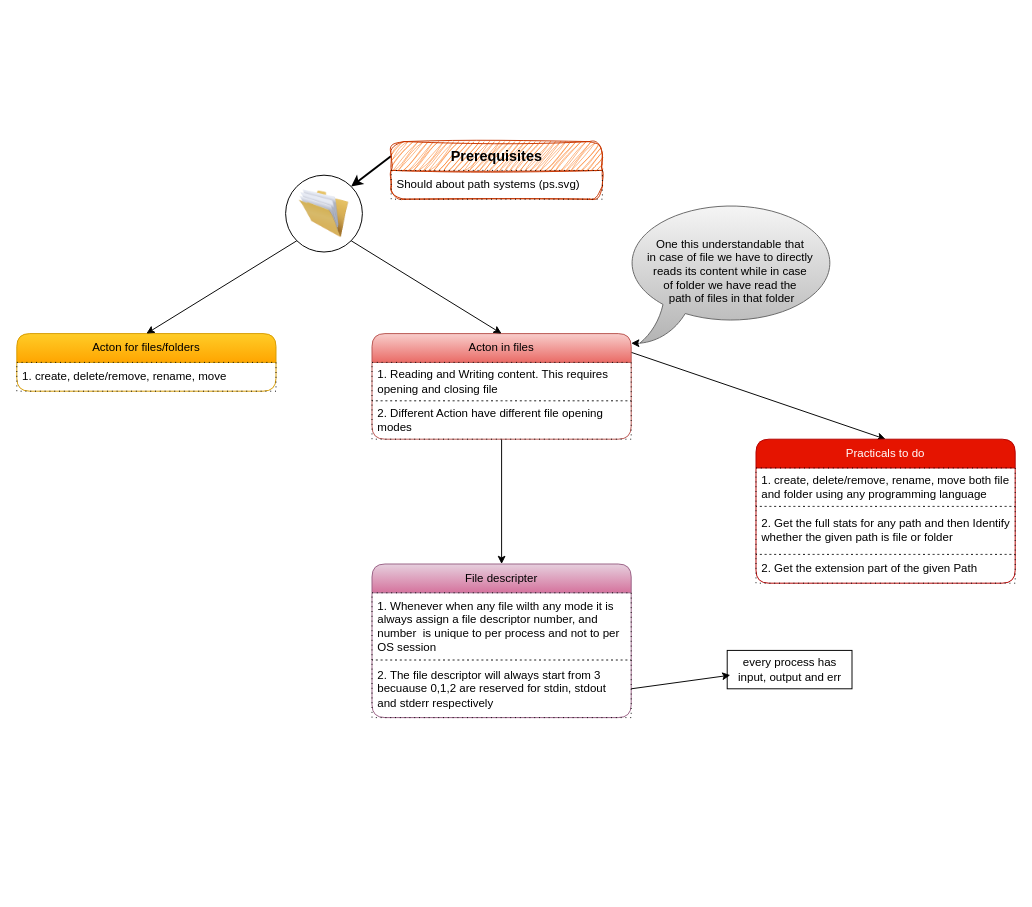
knkrn5/Programming-Concepts keeps this draw.io diagram as os/file-handling/fh.dio. Above is the earlier version. Source tidied: cells renumbered, new cells numbered last; positions are measured from the earlier drawing's top-left corner, leaving out a move shared by most shapes. Both pictures are drawn from the tidied source at 96%, with x=0, y=0 at pixel (16, 141).
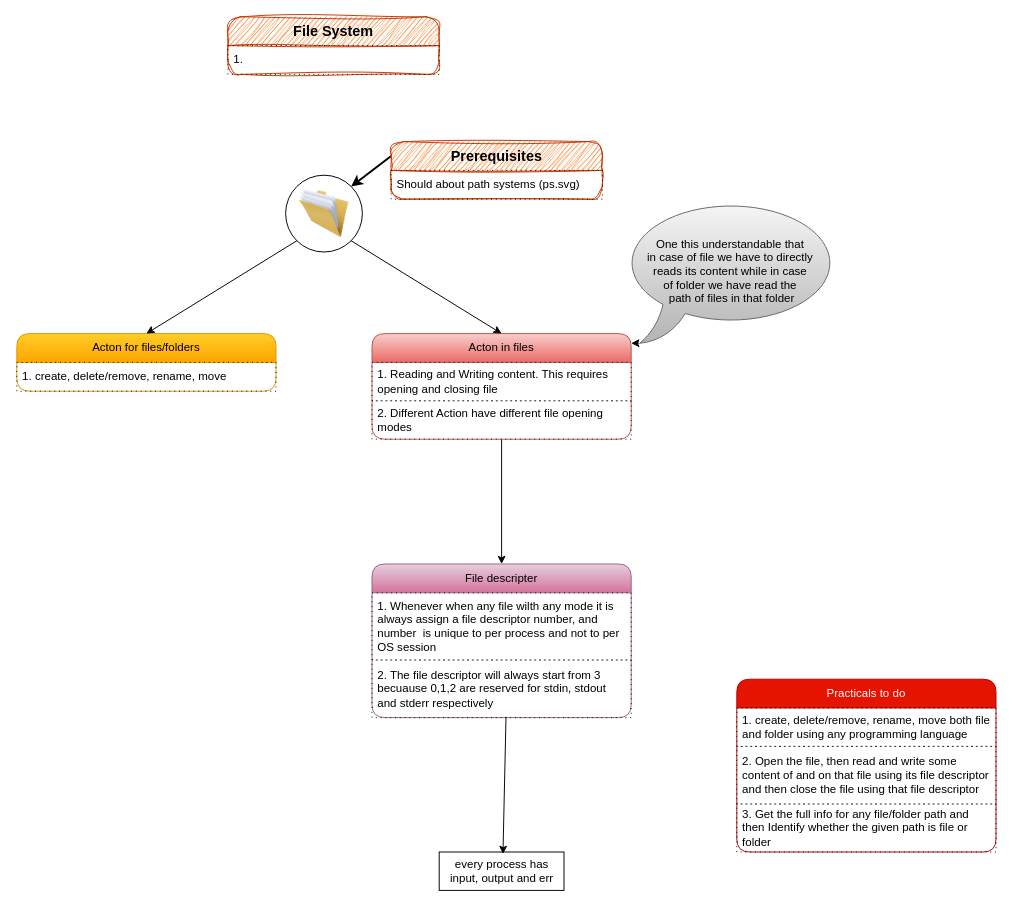
The same page after the edit.

Unchanged cells that the change refers to:
```xml
<mxCell id="12" value="2. The file descriptor will always start from 3 becuause 0,1,2 are reserved for stdin, stdout and stderr respectively" style="text;strokeColor=default;fillColor=none;align=left;verticalAlign=middle;spacingLeft=4;spacingRight=4;overflow=hidden;points=[[0,0.5],[1,0.5]];portConstraint=eastwest;whiteSpace=wrap;html=1;dashed=1;dashPattern=1 4;" parent="10" vertex="1">
  <mxGeometry y="100" width="270" height="60" as="geometry" />
</mxCell>
<mxCell id="15" value="Acton in files" style="swimlane;fontStyle=0;horizontal=1;startSize=30;whiteSpace=wrap;html=1;rounded=1;fillColor=#f8cecc;gradientColor=#ea6b66;strokeColor=#b85450;" parent="1" vertex="1">
  <mxGeometry x="370" y="200" width="270" height="110" as="geometry" />
</mxCell>
```

Diff of the diagram source:
```diff
@@
+    <mxCell id="28" value="&lt;span style=&quot;font-size: 15px;&quot;&gt;&lt;b&gt;File System&lt;/b&gt;&lt;/span&gt;" style="swimlane;fontStyle=0;horizontal=1;startSize=30;whiteSpace=wrap;html=1;rounded=1;fillColor=#fa6800;fontColor=#000000;strokeColor=#C73500;sketch=1;curveFitting=1;jiggle=2;" parent="1" vertex="1">
+      <mxGeometry x="220" y="-130" width="220" height="60" as="geometry" />
+    </mxCell>
+    <mxCell id="29" value="1." style="text;strokeColor=default;fillColor=none;align=left;verticalAlign=middle;spacingLeft=4;spacingRight=4;overflow=hidden;whiteSpace=wrap;html=1;dashed=1;dashPattern=1 4;" parent="28" vertex="1">
+      <mxGeometry y="30" width="220" height="30" as="geometry" />
+    </mxCell>
@@
-    <mxCell id="14" style="edgeStyle=none;html=1;exitX=0.996;exitY=0.174;exitDx=0;exitDy=0;exitPerimeter=0;entryX=0.5;entryY=0;entryDx=0;entryDy=0;" parent="1" edge="1" source="15" target="18">
-      <mxGeometry relative="1" as="geometry" />
-    </mxCell>
@@
     <mxCell id="18" value="&lt;font style=&quot;color: light-dark(rgb(255, 255, 255), rgb(255, 255, 255));&quot;&gt;Practicals to do&lt;/font&gt;" style="swimlane;fontStyle=0;horizontal=1;startSize=30;whiteSpace=wrap;html=1;rounded=1;fillColor=light-dark(#E51400,#CC0000);strokeColor=#B20000;fontColor=#ffffff;" parent="1" vertex="1">
-      <mxGeometry x="770" y="310" width="270" height="150" as="geometry" />
+      <mxGeometry x="750" y="560" width="270" height="180" as="geometry" />
     </mxCell>
@@
+    <mxCell id="30" value="2. Open the file, then read and write some content of and on that file using its file descriptor and then close the file using that file descriptor" style="text;strokeColor=default;fillColor=none;align=left;verticalAlign=middle;spacingLeft=4;spacingRight=4;overflow=hidden;whiteSpace=wrap;html=1;dashed=1;dashPattern=1 4;" parent="18" vertex="1">
+      <mxGeometry y="70" width="270" height="60" as="geometry" />
+    </mxCell>
-    <mxCell id="20" value="2. Get the full stats for any path and then Identify whether the given path is file or folder" style="text;strokeColor=default;fillColor=none;align=left;verticalAlign=middle;spacingLeft=4;spacingRight=4;overflow=hidden;whiteSpace=wrap;html=1;dashed=1;dashPattern=1 4;" parent="18" vertex="1">
-      <mxGeometry y="70" width="270" height="50" as="geometry" />
+    <mxCell id="20" value="3. Get the full info for any file/folder path and then Identify whether the given path is file or folder" style="text;strokeColor=default;fillColor=none;align=left;verticalAlign=middle;spacingLeft=4;spacingRight=4;overflow=hidden;whiteSpace=wrap;html=1;dashed=1;dashPattern=1 4;" parent="18" vertex="1">
+      <mxGeometry y="130" width="270" height="50" as="geometry" />
     </mxCell>
-    <mxCell id="21" value="2. Get the extension part of the given Path" style="text;strokeColor=default;fillColor=none;align=left;verticalAlign=middle;spacingLeft=4;spacingRight=4;overflow=hidden;whiteSpace=wrap;html=1;dashed=1;dashPattern=1 4;" parent="18" vertex="1">
-      <mxGeometry y="120" width="270" height="30" as="geometry" />
-    </mxCell>
@@
     <mxCell id="24" value="every process has&lt;div&gt;input, output and err&lt;/div&gt;" style="text;html=1;align=center;verticalAlign=middle;points=[];strokeColor=default;fillColor=none;" parent="1" vertex="1">
-      <mxGeometry x="740" y="530" width="130" height="40" as="geometry" />
+      <mxGeometry x="440" y="740" width="130" height="40" as="geometry" />
     </mxCell>
-    <mxCell id="25" style="edgeStyle=none;html=1;entryX=0.025;entryY=0.645;entryDx=0;entryDy=0;entryPerimeter=0;exitX=1;exitY=0.5;exitDx=0;exitDy=0;" parent="1" edge="1" source="12" target="24">
+    <mxCell id="25" style="edgeStyle=none;html=1;entryX=0.511;entryY=0.05;entryDx=0;entryDy=0;entryPerimeter=0;exitX=0.517;exitY=0.987;exitDx=0;exitDy=0;exitPerimeter=0;" parent="1" edge="1" source="12" target="24">
       <mxGeometry relative="1" as="geometry" />
     </mxCell>
```
